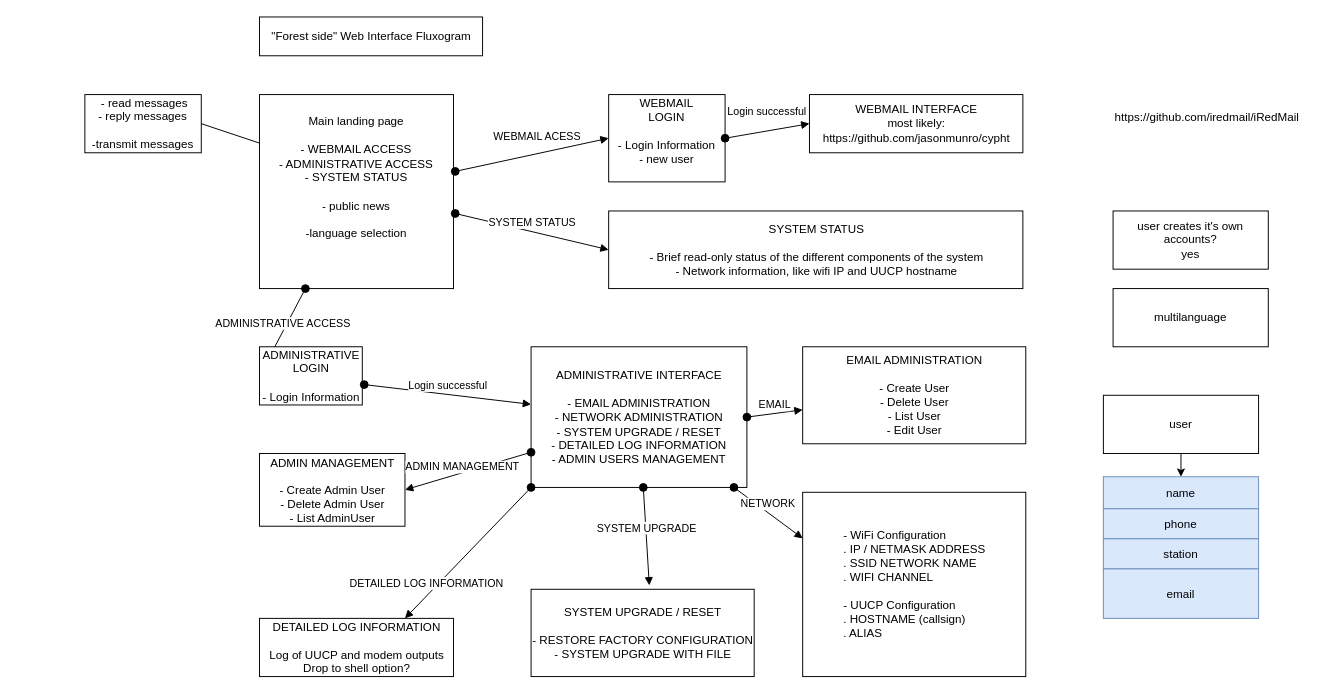
Above: interface_fluxogram.drawio in DigitalHERMES/interface (draw.io), before the change. Source tidied: cells renumbered, new cells numbered last; positions are measured from the earlier drawing's top-left corner, leaving out a move shared by most shapes. Both pictures are drawn from the tidied source at 97%, with x=0, y=0 at pixel (84, 16).
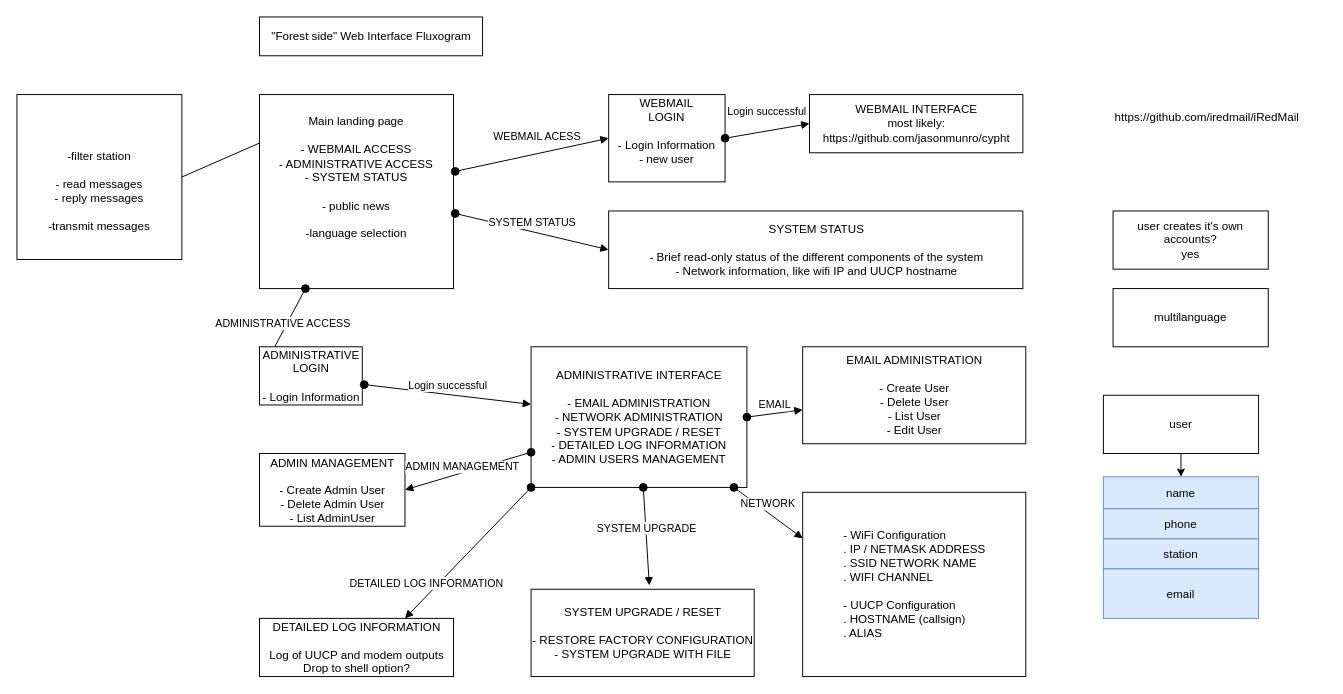
After the change.

What changed in the source:
```diff
@@
-    <mxCell id="35" value="&amp;nbsp;- read messages&lt;br&gt;- reply messages&lt;br&gt;&lt;br&gt;-transmit messages" style="rounded=0;whiteSpace=wrap;html=1;" parent="1" vertex="1">
-      <mxGeometry y="80" width="120" height="60" as="geometry" />
+    <mxCell id="35" value="&amp;nbsp;&lt;br&gt;&lt;br&gt;-filter station&lt;br&gt;&lt;br&gt;- read messages&lt;br&gt;- reply messages&lt;br&gt;&lt;br&gt;-transmit messages" style="rounded=0;whiteSpace=wrap;html=1;" parent="1" vertex="1">
+      <mxGeometry x="-70" y="80" width="170" height="170" as="geometry" />
     </mxCell>
```
